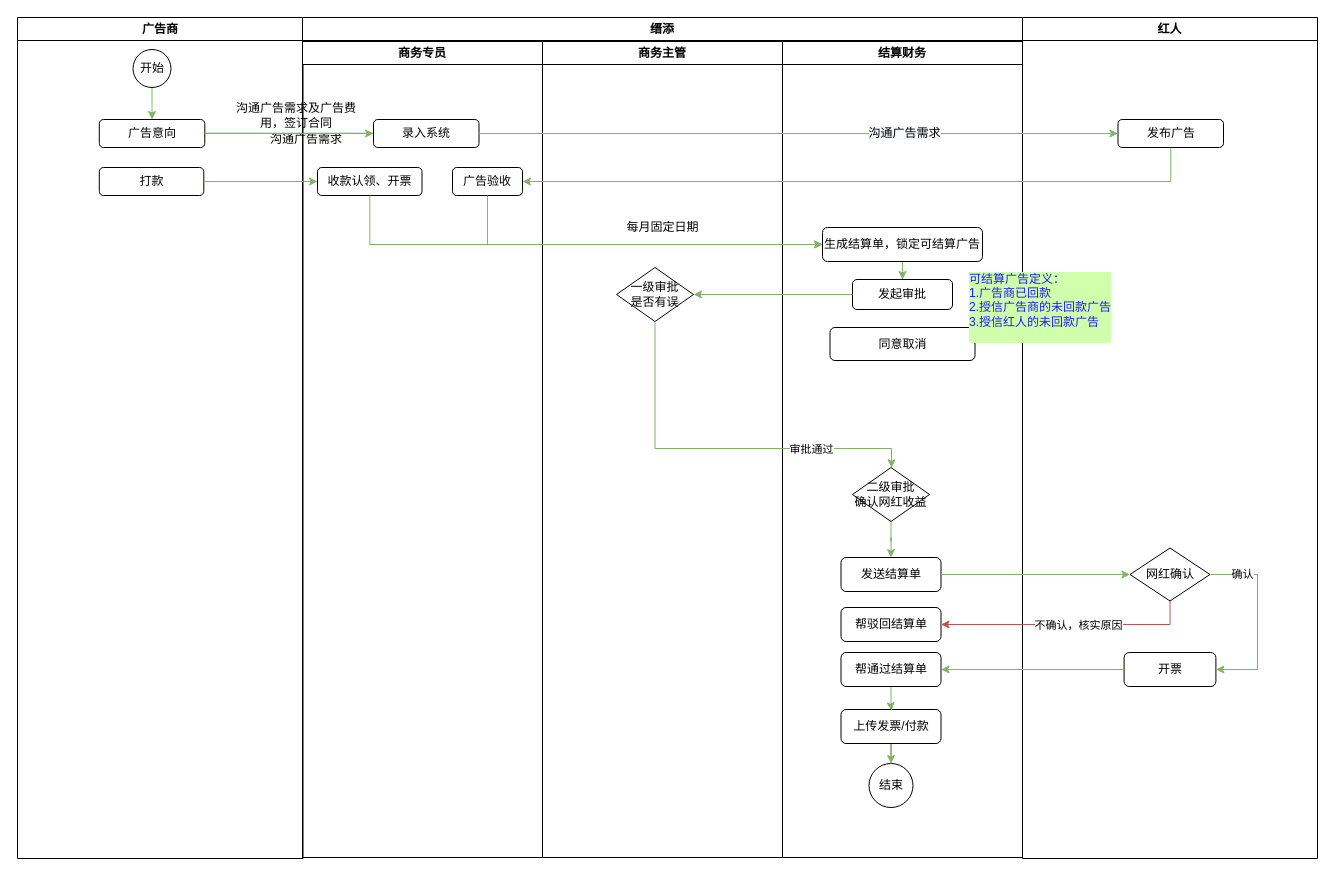
The draw.io diagram Untitled Diagram.drawio in Lucreziacici/work-diary, before the edit. Source tidied: cells renumbered, new cells numbered last; positions are measured from the earlier drawing's top-left corner, leaving out a move shared by most shapes. Both pictures are drawn from the tidied source at 100%, with x=0, y=0 at pixel (17, 17).
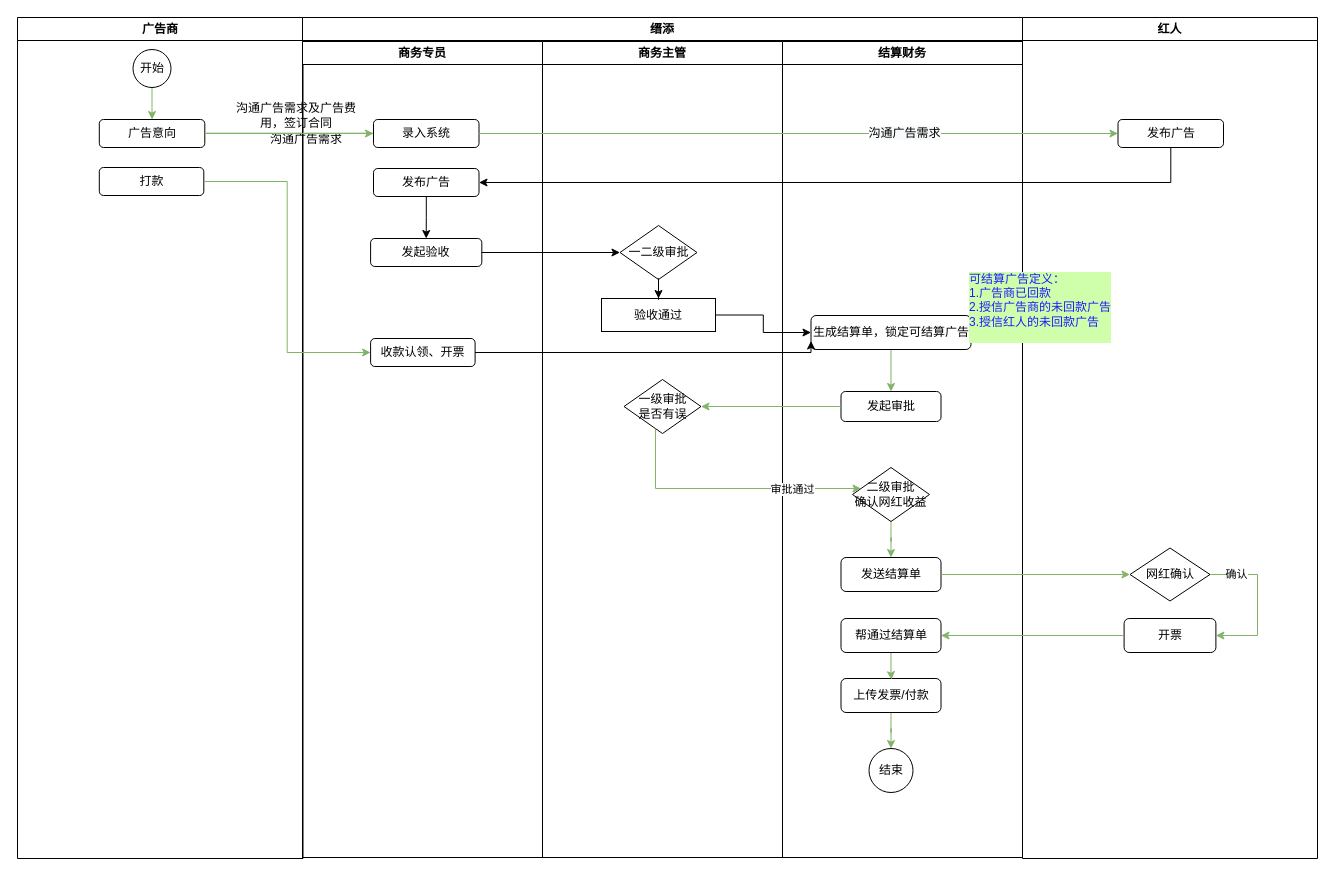
After the change.

Unchanged cells that the change refers to:
```xml
<mxCell id="8" value="缙添" style="swimlane;whiteSpace=wrap;swimlaneLine=1;" parent="1" vertex="1">
  <mxGeometry x="285" width="720" height="840" as="geometry" />
</mxCell>
<mxCell id="10" value="商务专员" style="swimlane;whiteSpace=wrap;sketch=0;rounded=0;shadow=0;startSize=23;" parent="8" vertex="1">
  <mxGeometry y="24" width="240" height="816" as="geometry" />
</mxCell>
<mxCell id="15" value="商务主管" style="swimlane;whiteSpace=wrap;sketch=0;rounded=0;shadow=0;" parent="8" vertex="1">
  <mxGeometry x="240" y="24" width="240" height="816" as="geometry" />
</mxCell>
<mxCell id="18" value="结算财务" style="swimlane;whiteSpace=wrap;sketch=0;rounded=0;shadow=0;" parent="8" vertex="1">
  <mxGeometry x="480" y="24" width="240" height="816" as="geometry" />
</mxCell>
<mxCell id="24" value="二级审批&lt;br&gt;确认网红收益" style="rhombus;whiteSpace=wrap;html=1;labelBackgroundColor=none;fontColor=default;align=center;" parent="18" vertex="1">
  <mxGeometry x="70" y="426" width="77" height="54" as="geometry" />
</mxCell>
<mxCell id="37" value="红人" style="swimlane;whiteSpace=wrap;sketch=0;rounded=0;shadow=0;" parent="1" vertex="1">
  <mxGeometry x="1005" width="295" height="841" as="geometry" />
</mxCell>
<mxCell id="38" value="发布广告" style="rounded=1;whiteSpace=wrap;html=1;" parent="37" vertex="1">
  <mxGeometry x="95.5" y="102" width="105.5" height="28" as="geometry" />
</mxCell>
<mxCell id="42" value="网红确认" style="rhombus;whiteSpace=wrap;html=1;labelBackgroundColor=none;fontColor=default;align=center;" parent="37" vertex="1">
  <mxGeometry x="107.5" y="530.5" width="80" height="53" as="geometry" />
</mxCell>
```

What changed in the source:
```diff
@@
-    <mxCell id="12" value="广告验收" style="rounded=1;whiteSpace=wrap;html=1;" parent="10" vertex="1">
-      <mxGeometry x="150" y="126" width="70" height="28" as="geometry" />
-    </mxCell>
     <mxCell id="13" value="收款认领、开票" style="rounded=1;whiteSpace=wrap;html=1;" parent="10" vertex="1">
-      <mxGeometry x="15" y="126" width="104.5" height="28" as="geometry" />
+      <mxGeometry x="68.1" y="297" width="104.5" height="28" as="geometry" />
     </mxCell>
@@
+    <mxCell id="54" value="发布广告" style="rounded=1;whiteSpace=wrap;html=1;" parent="10" vertex="1">
+      <mxGeometry x="71" y="127" width="105.5" height="28" as="geometry" />
+    </mxCell>
+    <mxCell id="55" value="发起验收" style="whiteSpace=wrap;html=1;rounded=1;" parent="10" vertex="1">
+      <mxGeometry x="68.1" y="197" width="111.2" height="28" as="geometry" />
+    </mxCell>
+    <mxCell id="56" style="edgeStyle=orthogonalEdgeStyle;rounded=0;jettySize=auto;html=1;" parent="10" edge="1" source="54" target="55">
+      <mxGeometry relative="1" as="geometry" />
+    </mxCell>
@@
-    <mxCell id="16" value="每月固定日期" style="text;html=1;strokeColor=none;fillColor=none;align=center;verticalAlign=middle;whiteSpace=wrap;rounded=0;" parent="15" vertex="1">
-      <mxGeometry x="77.5" y="176" width="85" height="20" as="geometry" />
-    </mxCell>
     <mxCell id="17" value="一级审批&lt;br&gt;是否有误" style="rhombus;whiteSpace=wrap;html=1;labelBackgroundColor=none;fontColor=default;align=center;" parent="15" vertex="1">
-      <mxGeometry x="74" y="226" width="77" height="54" as="geometry" />
+      <mxGeometry x="81.5" y="338" width="77" height="54" as="geometry" />
     </mxCell>
+    <mxCell id="57" value="一二级审批" style="rhombus;whiteSpace=wrap;html=1;labelBackgroundColor=none;fontColor=default;align=center;" parent="15" vertex="1">
+      <mxGeometry x="77.5" y="184" width="77" height="54" as="geometry" />
+    </mxCell>
+    <mxCell id="58" value="验收通过" style="whiteSpace=wrap;html=1;fontColor=default;" parent="15" vertex="1">
+      <mxGeometry x="59" y="257" width="114" height="33" as="geometry" />
+    </mxCell>
+    <mxCell id="59" style="edgeStyle=orthogonalEdgeStyle;rounded=0;jettySize=auto;html=1;" parent="15" edge="1" source="57" target="58">
+      <mxGeometry relative="1" as="geometry" />
+    </mxCell>
@@
     <mxCell id="20" value="生成结算单，锁定可结算广告" style="rounded=1;whiteSpace=wrap;html=1;" parent="18" vertex="1">
-      <mxGeometry x="40" y="186" width="160" height="34" as="geometry" />
+      <mxGeometry x="28.5" y="274" width="160" height="34" as="geometry" />
     </mxCell>
-    <mxCell id="21" value="同意取消" style="rounded=1;whiteSpace=wrap;html=1;" parent="18" vertex="1">
-      <mxGeometry x="47.5" y="286" width="145" height="33" as="geometry" />
-    </mxCell>
     <mxCell id="22" value="发起审批" style="rounded=1;whiteSpace=wrap;html=1;" parent="18" vertex="1">
-      <mxGeometry x="70" y="238" width="100" height="30" as="geometry" />
+      <mxGeometry x="58.5" y="350" width="100" height="30" as="geometry" />
     </mxCell>
@@
-    <mxCell id="26" value="帮驳回结算单" style="rounded=1;whiteSpace=wrap;html=1;labelBackgroundColor=none;fontColor=default;align=center;" parent="18" vertex="1">
-      <mxGeometry x="58.5" y="566" width="100" height="34" as="geometry" />
-    </mxCell>
     <mxCell id="27" value="结束" style="ellipse;whiteSpace=wrap;html=1;" parent="18" vertex="1">
-      <mxGeometry x="86.5" y="722" width="44" height="44" as="geometry" />
+      <mxGeometry x="86.5" y="707" width="44" height="44" as="geometry" />
     </mxCell>
@@
     <mxCell id="29" value="上传发票/付款" style="rounded=1;whiteSpace=wrap;html=1;labelBackgroundColor=none;fontColor=default;align=center;" parent="18" vertex="1">
-      <mxGeometry x="58.5" y="668" width="100" height="34" as="geometry" />
+      <mxGeometry x="58.5" y="637" width="100" height="34" as="geometry" />
     </mxCell>
@@
     <mxCell id="31" value="帮通过结算单" style="rounded=1;whiteSpace=wrap;html=1;labelBackgroundColor=none;fontColor=default;align=center;" parent="18" vertex="1">
-      <mxGeometry x="58.5" y="611" width="100" height="34" as="geometry" />
+      <mxGeometry x="58.5" y="577" width="100" height="34" as="geometry" />
     </mxCell>
-    <mxCell id="32" style="edgeStyle=orthogonalEdgeStyle;rounded=0;jettySize=auto;html=1;fillColor=#d5e8d4;strokeColor=#82b366;" parent="8" edge="1" source="13" target="20">
-      <mxGeometry relative="1" as="geometry">
-        <Array as="points">
-          <mxPoint x="67" y="227" />
-        </Array>
-      </mxGeometry>
-    </mxCell>
-    <mxCell id="33" style="edgeStyle=orthogonalEdgeStyle;rounded=0;jettySize=auto;html=1;entryX=0;entryY=0.5;entryDx=0;entryDy=0;fillColor=#d5e8d4;strokeColor=#82b366;" parent="8" edge="1" source="12" target="20">
-      <mxGeometry relative="1" as="geometry">
-        <Array as="points">
-          <mxPoint x="185" y="227" />
-        </Array>
-      </mxGeometry>
-    </mxCell>
@@
     <mxCell id="35" style="edgeStyle=orthogonalEdgeStyle;rounded=0;jettySize=auto;html=1;fontColor=default;fillColor=#d5e8d4;strokeColor=#82b366;" parent="8" edge="1" source="17" target="24">
       <mxGeometry relative="1" as="geometry">
         <Array as="points">
-          <mxPoint x="353" y="431" />
-          <mxPoint x="589" y="431" />
+          <mxPoint x="353" y="471" />
         </Array>
       </mxGeometry>
     </mxCell>
@@
+    <mxCell id="60" style="edgeStyle=orthogonalEdgeStyle;rounded=0;jettySize=auto;html=1;" parent="8" edge="1" source="55" target="57">
+      <mxGeometry relative="1" as="geometry" />
+    </mxCell>
+    <mxCell id="61" style="edgeStyle=orthogonalEdgeStyle;rounded=0;jettySize=auto;html=1;" parent="8" edge="1" source="58" target="20">
+      <mxGeometry relative="1" as="geometry" />
+    </mxCell>
+    <mxCell id="32" style="edgeStyle=orthogonalEdgeStyle;rounded=0;jettySize=auto;html=1;entryX=0;entryY=0.75;entryDx=0;entryDy=0;" parent="8" edge="1" source="13" target="20">
+      <mxGeometry relative="1" as="geometry">
+        <Array as="points">
+          <mxPoint x="509" y="335" />
+        </Array>
+      </mxGeometry>
+    </mxCell>
@@
     <mxCell id="40" style="edgeStyle=orthogonalEdgeStyle;rounded=0;jettySize=auto;html=1;fontColor=default;fillColor=#d5e8d4;strokeColor=#82b366;entryX=1;entryY=0.5;entryDx=0;entryDy=0;" parent="37" edge="1" source="42" target="43">
       <mxGeometry relative="1" as="geometry">
         <Array as="points">
           <mxPoint x="235" y="557" />
-          <mxPoint x="235" y="652" />
+          <mxPoint x="235" y="618" />
         </Array>
       </mxGeometry>
     </mxCell>
@@
     <mxCell id="43" value="开票" style="rounded=1;whiteSpace=wrap;html=1;labelBackgroundColor=none;fontColor=default;align=center;" parent="37" vertex="1">
-      <mxGeometry x="101.6" y="635" width="91.8" height="34" as="geometry" />
+      <mxGeometry x="101.6" y="601" width="91.8" height="34" as="geometry" />
     </mxCell>
@@
-    <mxCell id="49" style="edgeStyle=orthogonalEdgeStyle;rounded=0;jettySize=auto;html=1;entryX=1;entryY=0.5;entryDx=0;entryDy=0;fillColor=#d5e8d4;strokeColor=#82b366;" parent="1" edge="1" source="38" target="12">
-      <mxGeometry relative="1" as="geometry">
-        <Array as="points">
-          <mxPoint x="1153" y="164" />
-        </Array>
-      </mxGeometry>
-    </mxCell>
@@
-    <mxCell id="51" style="edgeStyle=orthogonalEdgeStyle;rounded=0;jettySize=auto;html=1;entryX=1;entryY=0.5;entryDx=0;entryDy=0;fontColor=default;fillColor=#f8cecc;strokeColor=#b85450;" parent="1" edge="1" source="42" target="26">
-      <mxGeometry relative="1" as="geometry">
-        <Array as="points">
-          <mxPoint x="1153" y="607" />
-        </Array>
-      </mxGeometry>
-    </mxCell>
-    <mxCell id="52" value="不确认，核实原因" style="edgeLabel;html=1;align=center;verticalAlign=middle;fontColor=default;" parent="51" vertex="1">
-      <mxGeometry x="-0.08" relative="1" as="geometry" />
-    </mxCell>
@@
+    <mxCell id="62" style="edgeStyle=orthogonalEdgeStyle;rounded=0;jettySize=auto;html=1;entryX=1;entryY=0.5;entryDx=0;entryDy=0;" parent="1" edge="1" source="38" target="54">
+      <mxGeometry relative="1" as="geometry">
+        <Array as="points">
+          <mxPoint x="1153" y="165" />
+        </Array>
+      </mxGeometry>
+    </mxCell>
```
